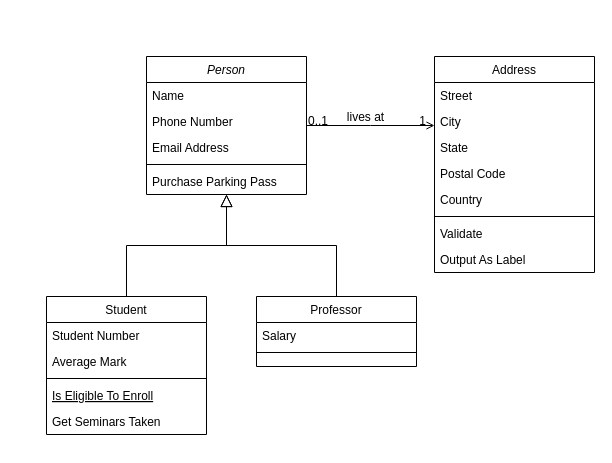
Earlier version of the draw.io diagram draws/Monkey-consulting.drawio (gbuenor73/monkey-consult). Source tidied: cells renumbered, new cells numbered last; positions are measured from the earlier drawing's top-left corner, leaving out a move shared by most shapes. Both pictures are drawn from the tidied source at 100%, with x=0, y=0 at pixel (46, 56).
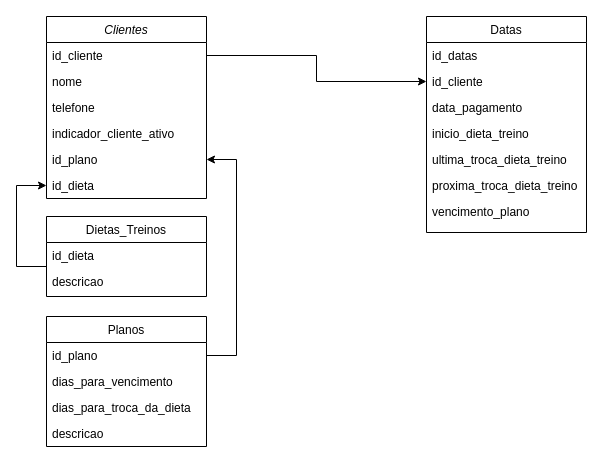
Above is the later version.

Change to the diagram source:
```diff
@@
-    <mxCell id="2" value="Person" style="swimlane;fontStyle=2;align=center;verticalAlign=top;horizontal=1;startSize=26;rounded=0;shadow=0;strokeWidth=1;" parent="1" vertex="1">
-      <mxGeometry x="100" width="160" height="138" as="geometry" />
+    <mxCell id="2" value="Clientes" style="swimlane;fontStyle=2;align=center;verticalAlign=top;horizontal=1;startSize=26;rounded=0;shadow=0;strokeWidth=1;" parent="1" vertex="1">
+      <mxGeometry y="-40" width="160" height="182" as="geometry" />
     </mxCell>
-    <mxCell id="3" value="Name" style="text;align=left;verticalAlign=top;spacingLeft=4;spacingRight=4;overflow=hidden;points=[[0,0.5],[1,0.5]];portConstraint=eastwest;" parent="2" vertex="1">
+    <mxCell id="3" value="id_cliente" style="text;align=left;verticalAlign=top;spacingLeft=4;spacingRight=4;overflow=hidden;points=[[0,0.5],[1,0.5]];portConstraint=eastwest;" parent="2" vertex="1">
       <mxGeometry y="26" width="160" height="26" as="geometry" />
     </mxCell>
-    <mxCell id="4" value="Phone Number" style="text;align=left;verticalAlign=top;spacingLeft=4;spacingRight=4;overflow=hidden;rounded=0;shadow=0;html=0;" parent="2" vertex="1">
+    <mxCell id="4" value="nome        " style="text;align=left;verticalAlign=top;spacingLeft=4;spacingRight=4;overflow=hidden;rounded=0;shadow=0;html=0;" parent="2" vertex="1">
       <mxGeometry y="52" width="160" height="26" as="geometry" />
     </mxCell>
-    <mxCell id="5" value="Email Address" style="text;align=left;verticalAlign=top;spacingLeft=4;spacingRight=4;overflow=hidden;rounded=0;shadow=0;html=0;" parent="2" vertex="1">
+    <mxCell id="5" value="telefone" style="text;align=left;verticalAlign=top;spacingLeft=4;spacingRight=4;overflow=hidden;rounded=0;shadow=0;html=0;" parent="2" vertex="1">
       <mxGeometry y="78" width="160" height="26" as="geometry" />
     </mxCell>
-    <mxCell id="6" style="line;html=1;strokeWidth=1;align=left;verticalAlign=middle;spacingTop=-1;spacingLeft=3;spacingRight=3;labelPosition=right;" parent="2" vertex="1">
-      <mxGeometry y="104" width="160" height="8" as="geometry" />
-    </mxCell>
-    <mxCell id="7" value="Purchase Parking Pass" style="text;align=left;verticalAlign=top;spacingLeft=4;spacingRight=4;overflow=hidden;" parent="2" vertex="1">
-      <mxGeometry y="112" width="160" height="26" as="geometry" />
-    </mxCell>
+    <mxCell id="32" value="indicador_cliente_ativo" style="text;align=left;verticalAlign=top;spacingLeft=4;spacingRight=4;overflow=hidden;rounded=0;shadow=0;html=0;" parent="2" vertex="1">
+      <mxGeometry y="104" width="160" height="26" as="geometry" />
+    </mxCell>
+    <mxCell id="33" value="id_plano" style="text;align=left;verticalAlign=top;spacingLeft=4;spacingRight=4;overflow=hidden;points=[[0,0.5],[1,0.5]];portConstraint=eastwest;rounded=0;shadow=0;html=0;" parent="2" vertex="1">
+      <mxGeometry y="130" width="160" height="26" as="geometry" />
+    </mxCell>
+    <mxCell id="34" value="id_dieta" style="text;align=left;verticalAlign=top;spacingLeft=4;spacingRight=4;overflow=hidden;points=[[0,0.5],[1,0.5]];portConstraint=eastwest;rounded=0;shadow=0;html=0;" parent="2" vertex="1">
+      <mxGeometry y="156" width="160" height="26" as="geometry" />
+    </mxCell>
+    <mxCell id="35" style="edgeStyle=orthogonalEdgeStyle;rounded=0;jettySize=auto;html=1;entryX=0;entryY=0.5;entryDx=0;entryDy=0;" parent="1" edge="1" source="8" target="34">
+      <mxGeometry relative="1" as="geometry">
+        <Array as="points">
+          <mxPoint x="-30" y="210" />
+          <mxPoint x="-30" y="129" />
+        </Array>
+      </mxGeometry>
+    </mxCell>
-    <mxCell id="8" value="Student" style="swimlane;fontStyle=0;align=center;verticalAlign=top;horizontal=1;startSize=26;rounded=0;shadow=0;strokeWidth=1;" parent="1" vertex="1">
-      <mxGeometry y="240" width="160" height="138" as="geometry" />
+    <mxCell id="8" value="Dietas_Treinos" style="swimlane;fontStyle=0;align=center;verticalAlign=top;horizontal=1;startSize=26;rounded=0;shadow=0;strokeWidth=1;" parent="1" vertex="1">
+      <mxGeometry y="160" width="160" height="80" as="geometry" />
     </mxCell>
-    <mxCell id="9" value="Student Number" style="text;align=left;verticalAlign=top;spacingLeft=4;spacingRight=4;overflow=hidden;" parent="8" vertex="1">
+    <mxCell id="9" value="id_dieta" style="text;align=left;verticalAlign=top;spacingLeft=4;spacingRight=4;overflow=hidden;" parent="8" vertex="1">
       <mxGeometry y="26" width="160" height="26" as="geometry" />
     </mxCell>
-    <mxCell id="10" value="Average Mark" style="text;align=left;verticalAlign=top;spacingLeft=4;spacingRight=4;overflow=hidden;rounded=0;shadow=0;html=0;" parent="8" vertex="1">
+    <mxCell id="10" value="descricao" style="text;align=left;verticalAlign=top;spacingLeft=4;spacingRight=4;overflow=hidden;rounded=0;shadow=0;html=0;" parent="8" vertex="1">
       <mxGeometry y="52" width="160" height="26" as="geometry" />
     </mxCell>
-    <mxCell id="11" style="line;html=1;strokeWidth=1;align=left;verticalAlign=middle;spacingTop=-1;spacingLeft=3;spacingRight=3;labelPosition=right;" parent="8" vertex="1">
-      <mxGeometry y="78" width="160" height="8" as="geometry" />
-    </mxCell>
-    <mxCell id="12" value="Is Eligible To Enroll" style="text;align=left;verticalAlign=top;spacingLeft=4;spacingRight=4;overflow=hidden;fontStyle=4;" parent="8" vertex="1">
-      <mxGeometry y="86" width="160" height="26" as="geometry" />
-    </mxCell>
-    <mxCell id="13" value="Get Seminars Taken" style="text;align=left;verticalAlign=top;spacingLeft=4;spacingRight=4;overflow=hidden;" parent="8" vertex="1">
-      <mxGeometry y="112" width="160" height="26" as="geometry" />
-    </mxCell>
-    <mxCell id="14" style="endArrow=block;endSize=10;endFill=0;shadow=0;strokeWidth=1;rounded=0;edgeStyle=elbowEdgeStyle;elbow=vertical;" parent="1" edge="1" source="8" target="2">
-      <mxGeometry relative="1" as="geometry" />
-    </mxCell>
+    <mxCell id="36" style="edgeStyle=orthogonalEdgeStyle;rounded=0;jettySize=auto;html=1;entryX=1;entryY=0.5;entryDx=0;entryDy=0;exitX=1;exitY=0.5;exitDx=0;exitDy=0;" parent="1" edge="1" source="16" target="33">
+      <mxGeometry relative="1" as="geometry">
+        <Array as="points">
+          <mxPoint x="190" y="299" />
+          <mxPoint x="190" y="103" />
+        </Array>
+      </mxGeometry>
+    </mxCell>
-    <mxCell id="15" value="Professor" style="swimlane;fontStyle=0;align=center;verticalAlign=top;horizontal=1;startSize=26;rounded=0;shadow=0;strokeWidth=1;" parent="1" vertex="1">
-      <mxGeometry x="210" y="240" width="160" height="70" as="geometry" />
+    <mxCell id="15" value="Planos" style="swimlane;fontStyle=0;align=center;verticalAlign=top;horizontal=1;startSize=26;rounded=0;shadow=0;strokeWidth=1;" parent="1" vertex="1">
+      <mxGeometry y="260" width="160" height="130" as="geometry" />
     </mxCell>
-    <mxCell id="16" value="Salary" style="text;align=left;verticalAlign=top;spacingLeft=4;spacingRight=4;overflow=hidden;points=[[0,0.5],[1,0.5]];portConstraint=eastwest;" parent="15" vertex="1">
+    <mxCell id="16" value="id_plano" style="text;align=left;verticalAlign=top;spacingLeft=4;spacingRight=4;overflow=hidden;points=[[0,0.5],[1,0.5]];portConstraint=eastwest;" parent="15" vertex="1">
       <mxGeometry y="26" width="160" height="26" as="geometry" />
     </mxCell>
-    <mxCell id="17" style="line;html=1;strokeWidth=1;align=left;verticalAlign=middle;spacingTop=-1;spacingLeft=3;spacingRight=3;labelPosition=right;" parent="15" vertex="1">
-      <mxGeometry y="52" width="160" height="8" as="geometry" />
-    </mxCell>
-    <mxCell id="18" style="endArrow=block;endSize=10;endFill=0;shadow=0;strokeWidth=1;rounded=0;edgeStyle=elbowEdgeStyle;elbow=vertical;" parent="1" edge="1" source="15" target="2">
-      <mxGeometry relative="1" as="geometry" />
-    </mxCell>
+    <mxCell id="37" value="dias_para_vencimento" style="text;align=left;verticalAlign=top;spacingLeft=4;spacingRight=4;overflow=hidden;" parent="15" vertex="1">
+      <mxGeometry y="52" width="160" height="26" as="geometry" />
+    </mxCell>
+    <mxCell id="38" value="dias_para_troca_da_dieta" style="text;align=left;verticalAlign=top;spacingLeft=4;spacingRight=4;overflow=hidden;" parent="15" vertex="1">
+      <mxGeometry y="78" width="160" height="26" as="geometry" />
+    </mxCell>
+    <mxCell id="39" value="descricao" style="text;align=left;verticalAlign=top;spacingLeft=4;spacingRight=4;overflow=hidden;" parent="15" vertex="1">
+      <mxGeometry y="104" width="160" height="26" as="geometry" />
+    </mxCell>
+    <mxCell id="40" style="edgeStyle=orthogonalEdgeStyle;rounded=0;jettySize=auto;html=1;entryX=0;entryY=0.5;entryDx=0;entryDy=0;exitX=1;exitY=0.5;exitDx=0;exitDy=0;" parent="1" edge="1" source="3" target="21">
+      <mxGeometry relative="1" as="geometry" />
+    </mxCell>
-    <mxCell id="19" value="Address" style="swimlane;fontStyle=0;align=center;verticalAlign=top;horizontal=1;startSize=26;rounded=0;shadow=0;strokeWidth=1;" parent="1" vertex="1">
-      <mxGeometry x="388" width="160" height="216" as="geometry" />
+    <mxCell id="19" value="Datas" style="swimlane;fontStyle=0;align=center;verticalAlign=top;horizontal=1;startSize=26;rounded=0;shadow=0;strokeWidth=1;" parent="1" vertex="1">
+      <mxGeometry x="380" y="-40" width="160" height="216" as="geometry" />
     </mxCell>
-    <mxCell id="20" value="Street" style="text;align=left;verticalAlign=top;spacingLeft=4;spacingRight=4;overflow=hidden;" parent="19" vertex="1">
+    <mxCell id="20" value="id_datas" style="text;align=left;verticalAlign=top;spacingLeft=4;spacingRight=4;overflow=hidden;" parent="19" vertex="1">
       <mxGeometry y="26" width="160" height="26" as="geometry" />
     </mxCell>
-    <mxCell id="21" value="City" style="text;align=left;verticalAlign=top;spacingLeft=4;spacingRight=4;overflow=hidden;points=[[0,0.5],[1,0.5]];portConstraint=eastwest;rounded=0;shadow=0;html=0;" parent="19" vertex="1">
+    <mxCell id="21" value="id_cliente" style="text;align=left;verticalAlign=top;spacingLeft=4;spacingRight=4;overflow=hidden;points=[[0,0.5],[1,0.5]];portConstraint=eastwest;rounded=0;shadow=0;html=0;" parent="19" vertex="1">
       <mxGeometry y="52" width="160" height="26" as="geometry" />
     </mxCell>
-    <mxCell id="22" value="State" style="text;align=left;verticalAlign=top;spacingLeft=4;spacingRight=4;overflow=hidden;rounded=0;shadow=0;html=0;" parent="19" vertex="1">
+    <mxCell id="22" value="data_pagamento" style="text;align=left;verticalAlign=top;spacingLeft=4;spacingRight=4;overflow=hidden;rounded=0;shadow=0;html=0;" parent="19" vertex="1">
       <mxGeometry y="78" width="160" height="26" as="geometry" />
     </mxCell>
-    <mxCell id="23" value="Postal Code" style="text;align=left;verticalAlign=top;spacingLeft=4;spacingRight=4;overflow=hidden;rounded=0;shadow=0;html=0;" parent="19" vertex="1">
+    <mxCell id="23" value="inicio_dieta_treino" style="text;align=left;verticalAlign=top;spacingLeft=4;spacingRight=4;overflow=hidden;rounded=0;shadow=0;html=0;" parent="19" vertex="1">
       <mxGeometry y="104" width="160" height="26" as="geometry" />
     </mxCell>
-    <mxCell id="24" value="Country" style="text;align=left;verticalAlign=top;spacingLeft=4;spacingRight=4;overflow=hidden;rounded=0;shadow=0;html=0;" parent="19" vertex="1">
+    <mxCell id="24" value="ultima_troca_dieta_treino" style="text;align=left;verticalAlign=top;spacingLeft=4;spacingRight=4;overflow=hidden;rounded=0;shadow=0;html=0;" parent="19" vertex="1">
       <mxGeometry y="130" width="160" height="26" as="geometry" />
     </mxCell>
-    <mxCell id="25" style="line;html=1;strokeWidth=1;align=left;verticalAlign=middle;spacingTop=-1;spacingLeft=3;spacingRight=3;labelPosition=right;" parent="19" vertex="1">
-      <mxGeometry y="156" width="160" height="8" as="geometry" />
-    </mxCell>
-    <mxCell id="26" value="Validate" style="text;align=left;verticalAlign=top;spacingLeft=4;spacingRight=4;overflow=hidden;" parent="19" vertex="1">
-      <mxGeometry y="164" width="160" height="26" as="geometry" />
+    <mxCell id="26" value="proxima_troca_dieta_treino" style="text;align=left;verticalAlign=top;spacingLeft=4;spacingRight=4;overflow=hidden;" parent="19" vertex="1">
+      <mxGeometry y="156" width="160" height="26" as="geometry" />
     </mxCell>
-    <mxCell id="27" value="Output As Label" style="text;align=left;verticalAlign=top;spacingLeft=4;spacingRight=4;overflow=hidden;" parent="19" vertex="1">
-      <mxGeometry y="190" width="160" height="26" as="geometry" />
+    <mxCell id="27" value="vencimento_plano" style="text;align=left;verticalAlign=top;spacingLeft=4;spacingRight=4;overflow=hidden;" parent="19" vertex="1">
+      <mxGeometry y="182" width="160" height="26" as="geometry" />
     </mxCell>
-    <mxCell id="28" style="endArrow=open;shadow=0;strokeWidth=1;rounded=0;endFill=1;edgeStyle=elbowEdgeStyle;elbow=vertical;" parent="1" edge="1" source="2" target="19">
-      <mxGeometry x="0.5" y="41" relative="1" as="geometry">
-        <mxPoint x="-40" y="32" as="offset" />
-      </mxGeometry>
-    </mxCell>
-    <mxCell id="29" value="0..1" style="align=left;verticalAlign=bottom;labelBackgroundColor=none;fontSize=12;" parent="28" vertex="1">
-      <mxGeometry x="-1" relative="1" as="geometry">
-        <mxPoint y="4" as="offset" />
-      </mxGeometry>
-    </mxCell>
-    <mxCell id="30" value="1" style="align=right;verticalAlign=bottom;labelBackgroundColor=none;fontSize=12;" parent="28" vertex="1">
-      <mxGeometry x="1" relative="1" as="geometry">
-        <mxPoint x="-7" y="4" as="offset" />
-      </mxGeometry>
-    </mxCell>
-    <mxCell id="31" value="lives at" style="text;html=1;align=center;verticalAlign=middle;labelBackgroundColor=none;rounded=0;shadow=0;strokeWidth=1;fontSize=12;" parent="28" vertex="1">
-      <mxGeometry x="0.5" y="49" relative="1" as="geometry">
-        <mxPoint x="-38" y="40" as="offset" />
-      </mxGeometry>
-    </mxCell>
```
